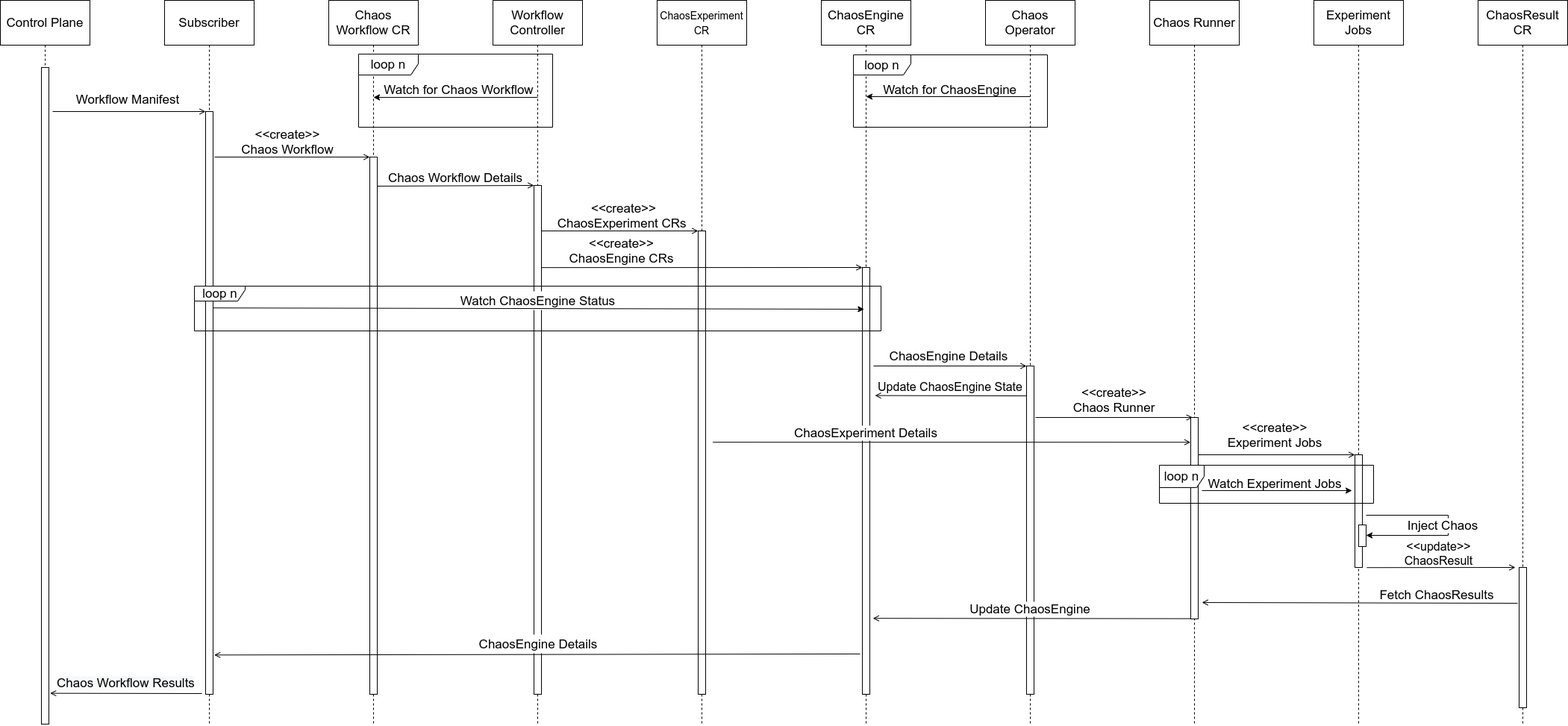
This is website/versioned_docs/version-2.0.0/assets/chaos-execution-plane.png from litmuschaos/litmus-docs, a draw.io export, as it was before one commit. Source tidied: cells renumbered, new cells last; positions are measured from the earlier drawing's top-left corner, leaving out a move shared by most shapes.
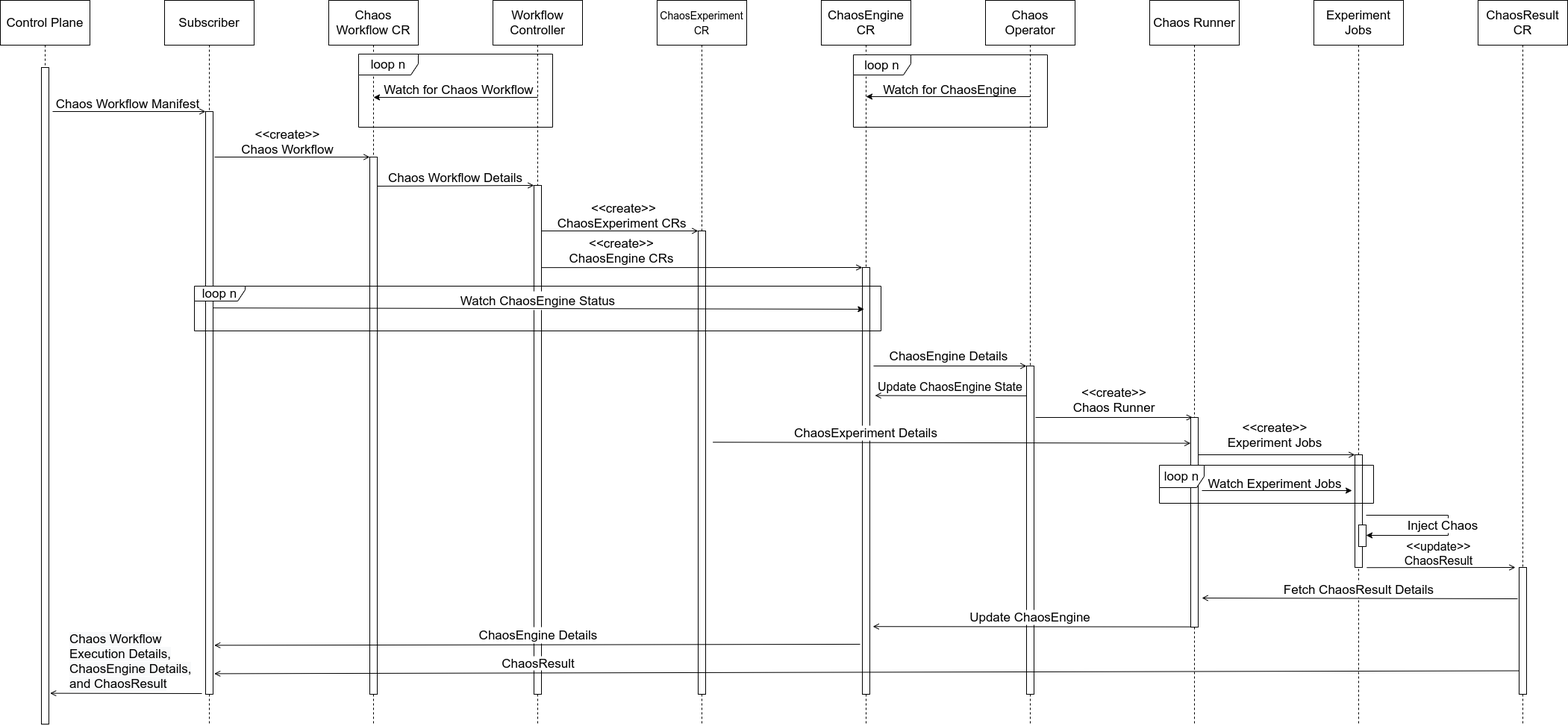
After the commit.

The edit, as a diff of the source:
```diff
@@ -91,8 +91,8 @@
     <mxCell id="23" style="rounded=0;whiteSpace=wrap;html=1;fontSize=17;" parent="1" vertex="1">
       <mxGeometry x="715" y="248" width="10" height="682" as="geometry" />
     </mxCell>
-    <mxCell id="24" value="Workflow Manifest" style="text;html=1;strokeColor=none;fillColor=none;align=center;verticalAlign=middle;whiteSpace=wrap;rounded=0;fontSize=17;" parent="1" vertex="1">
-      <mxGeometry x="100" y="123" width="142.4" height="20" as="geometry" />
+    <mxCell id="24" value="Chaos Workflow Manifest" style="text;html=1;strokeColor=none;fillColor=none;align=center;verticalAlign=middle;whiteSpace=wrap;rounded=0;fontSize=17;" parent="1" vertex="1">
+      <mxGeometry x="71.2" y="129" width="200" height="20" as="geometry" />
     </mxCell>
     <mxCell id="25" value="Chaos Workflow Details" style="text;html=1;strokeColor=none;fillColor=none;align=center;verticalAlign=middle;whiteSpace=wrap;rounded=0;fontSize=17;" parent="1" vertex="1">
       <mxGeometry x="510" y="228" width="200" height="20" as="geometry" />
@@ -112,8 +112,8 @@
     </mxCell>
     <mxCell id="29" style="edgeStyle=none;rounded=0;orthogonalLoop=1;jettySize=auto;html=1;exitX=-0.3;exitY=0.902;exitDx=0;exitDy=0;entryX=1.167;entryY=0.93;entryDx=0;entryDy=0;entryPerimeter=0;fontSize=17;startArrow=none;startFill=0;endArrow=open;endFill=0;exitPerimeter=0;" parent="1" edge="1">
       <mxGeometry relative="1" as="geometry">
-        <mxPoint x="1152" y="875.9" as="sourcePoint" />
-        <mxPoint x="286.7" y="877.3" as="targetPoint" />
+        <mxPoint x="1152" y="862.9" as="sourcePoint" />
+        <mxPoint x="286.7" y="864.3" as="targetPoint" />
       </mxGeometry>
     </mxCell>
     <mxCell id="30" style="rounded=0;whiteSpace=wrap;html=1;fontSize=17;" parent="1" vertex="1">
@@ -189,12 +189,12 @@
     </mxCell>
     <mxCell id="49" style="rounded=0;orthogonalLoop=1;jettySize=auto;html=1;exitX=0;exitY=0.75;exitDx=0;exitDy=0;entryX=1.412;entryY=0.768;entryDx=0;entryDy=0;entryPerimeter=0;startArrow=none;startFill=0;endArrow=open;endFill=0;fontSize=17;" parent="1" edge="1">
       <mxGeometry relative="1" as="geometry">
-        <mxPoint x="1595" y="828.6" as="sourcePoint" />
-        <mxPoint x="1169.1" y="828.2" as="targetPoint" />
+        <mxPoint x="1595" y="839.6" as="sourcePoint" />
+        <mxPoint x="1169.1" y="839.2" as="targetPoint" />
       </mxGeometry>
     </mxCell>
     <mxCell id="50" style="rounded=0;whiteSpace=wrap;html=1;fontSize=17;" parent="1" vertex="1">
-      <mxGeometry x="1595" y="559" width="10" height="270" as="geometry" />
+      <mxGeometry x="1595" y="559" width="10" height="281" as="geometry" />
     </mxCell>
     <mxCell id="51" value="&amp;lt;&amp;lt;create&amp;gt;&amp;gt;&lt;br style=&quot;font-size: 17px;&quot;&gt;Experiment Jobs" style="text;html=1;strokeColor=none;align=center;verticalAlign=middle;whiteSpace=wrap;rounded=0;fontSize=17;" parent="1" vertex="1">
       <mxGeometry x="1642.9" y="563" width="130" height="40" as="geometry" />
@@ -207,8 +207,8 @@
         <mxPoint x="270" y="929" as="sourcePoint" />
       </mxGeometry>
     </mxCell>
-    <mxCell id="54" value="&lt;span style=&quot;color: rgb(0, 0, 0); font-family: helvetica; font-size: 17px; font-style: normal; font-weight: 400; letter-spacing: normal; text-align: center; text-indent: 0px; text-transform: none; word-spacing: 0px; background-color: rgb(248, 249, 250); display: inline; float: none;&quot;&gt;Chaos Workflow Results&lt;/span&gt;" style="text;whiteSpace=wrap;html=1;fontSize=17;" parent="1" vertex="1">
-      <mxGeometry x="74.3" y="899" width="193.8" height="31" as="geometry" />
+    <mxCell id="54" value="&lt;span style=&quot;color: rgb(0 , 0 , 0) ; font-family: &amp;#34;helvetica&amp;#34; ; font-size: 17px ; font-style: normal ; font-weight: 400 ; letter-spacing: normal ; text-align: center ; text-indent: 0px ; text-transform: none ; word-spacing: 0px ; background-color: rgb(248 , 249 , 250) ; display: inline ; float: none&quot;&gt;Chaos Workflow Execution Details, ChaosEngine Details, and ChaosResult&lt;/span&gt;" style="text;whiteSpace=wrap;html=1;fontSize=17;" parent="1" vertex="1">
+      <mxGeometry x="91.2" y="840" width="168.8" height="88" as="geometry" />
     </mxCell>
     <mxCell id="55" style="edgeStyle=none;rounded=0;jettySize=auto;html=1;exitX=0.5;exitY=1;exitDx=0;exitDy=0;startArrow=none;startFill=0;endArrow=none;endFill=0;strokeWidth=1;dashed=1;fontSize=17;" parent="1" edge="1" source="56">
       <mxGeometry relative="1" as="geometry">
@@ -220,12 +220,12 @@
     </mxCell>
     <mxCell id="57" style="rounded=0;orthogonalLoop=1;jettySize=auto;html=1;endArrow=open;endFill=0;fontSize=17;" parent="1" edge="1">
       <mxGeometry relative="1" as="geometry">
-        <mxPoint x="2033" y="808" as="sourcePoint" />
-        <mxPoint x="1610" y="807" as="targetPoint" />
+        <mxPoint x="2033" y="802" as="sourcePoint" />
+        <mxPoint x="1610" y="801" as="targetPoint" />
       </mxGeometry>
     </mxCell>
     <mxCell id="58" style="rounded=0;whiteSpace=wrap;html=1;fontSize=17;" parent="1" vertex="1">
-      <mxGeometry x="2035" y="760" width="10" height="188" as="geometry" />
+      <mxGeometry x="2035" y="760" width="10" height="170" as="geometry" />
     </mxCell>
     <mxCell id="59" style="endArrow=open;html=1;entryX=0;entryY=0;entryDx=0;entryDy=0;endFill=0;fontSize=17;" parent="1" edge="1" target="52">
       <mxGeometry relative="1" as="geometry">
@@ -245,7 +245,7 @@
       <mxGeometry x="552.5" y="390" width="335" height="25" as="geometry" />
     </mxCell>
     <mxCell id="63" value="Update ChaosEngine" style="text;html=1;strokeColor=none;align=center;verticalAlign=middle;whiteSpace=wrap;rounded=0;fillColor=#ffffff;fontSize=17;" parent="1" vertex="1">
-      <mxGeometry x="1286.9" y="806" width="186.2" height="20" as="geometry" />
+      <mxGeometry x="1286.9" y="817" width="186.2" height="20" as="geometry" />
     </mxCell>
     <mxCell id="64" value="Watch Experiment Jobs" style="text;html=1;strokeColor=none;align=center;verticalAlign=middle;whiteSpace=wrap;rounded=0;fillColor=#ffffff;fontSize=17;" parent="1" vertex="1">
       <mxGeometry x="1613" y="637" width="190" height="21" as="geometry" />
@@ -253,8 +253,8 @@
     <mxCell id="65" value="loop n" style="shape=umlFrame;whiteSpace=wrap;html=1;fillColor=#ffffff;fontSize=17;" parent="1" vertex="1">
       <mxGeometry x="1553" y="623" width="287" height="51" as="geometry" />
     </mxCell>
-    <mxCell id="66" value="Fetch ChaosResults" style="text;html=1;strokeColor=none;fillColor=none;align=center;verticalAlign=middle;whiteSpace=wrap;rounded=0;fontSize=17;" parent="1" vertex="1">
-      <mxGeometry x="1845" y="787" width="160" height="20" as="geometry" />
+    <mxCell id="66" value="Fetch ChaosResult Details" style="text;html=1;strokeColor=none;align=center;verticalAlign=middle;whiteSpace=wrap;rounded=0;fontSize=17;fillColor=#ffffff;" parent="1" vertex="1">
+      <mxGeometry x="1717.5" y="780" width="205" height="20" as="geometry" />
     </mxCell>
     <mxCell id="67" value="loop n" style="shape=umlFrame;whiteSpace=wrap;html=1;fillColor=#ffffff;fontSize=17;width=68;height=20;" parent="1" vertex="1">
       <mxGeometry x="260" y="383" width="920" height="60" as="geometry" />
@@ -297,7 +297,7 @@
       </mxGeometry>
     </mxCell>
     <mxCell id="76" value="ChaosEngine Details" style="text;html=1;strokeColor=none;align=center;verticalAlign=middle;whiteSpace=wrap;rounded=0;fontSize=17;fillColor=#ffffff;" parent="1" vertex="1">
-      <mxGeometry x="636" y="850" width="170" height="25" as="geometry" />
+      <mxGeometry x="636" y="840" width="170" height="22" as="geometry" />
     </mxCell>
     <mxCell id="77" style="endArrow=classic;html=1;fontSize=17;" parent="1" edge="1">
       <mxGeometry relative="1" as="geometry">
@@ -305,5 +305,14 @@
         <mxPoint x="1811" y="657" as="targetPoint" />
       </mxGeometry>
     </mxCell>
+    <mxCell id="78" style="edgeStyle=none;rounded=0;orthogonalLoop=1;jettySize=auto;html=1;exitX=0;exitY=0.75;exitDx=0;exitDy=0;entryX=1.167;entryY=0.93;entryDx=0;entryDy=0;entryPerimeter=0;fontSize=17;startArrow=none;startFill=0;endArrow=open;endFill=0;" parent="1" edge="1">
+      <mxGeometry relative="1" as="geometry">
+        <mxPoint x="2035" y="898.5" as="sourcePoint" />
+        <mxPoint x="286.7" y="902.4" as="targetPoint" />
+      </mxGeometry>
+    </mxCell>
+    <mxCell id="79" value="ChaosResult" style="text;html=1;strokeColor=none;align=center;verticalAlign=middle;whiteSpace=wrap;rounded=0;fontSize=17;fillColor=#ffffff;" parent="1" vertex="1">
+      <mxGeometry x="636" y="879" width="170" height="19" as="geometry" />
+    </mxCell>
   </root>
 </mxGraphModel>
```
